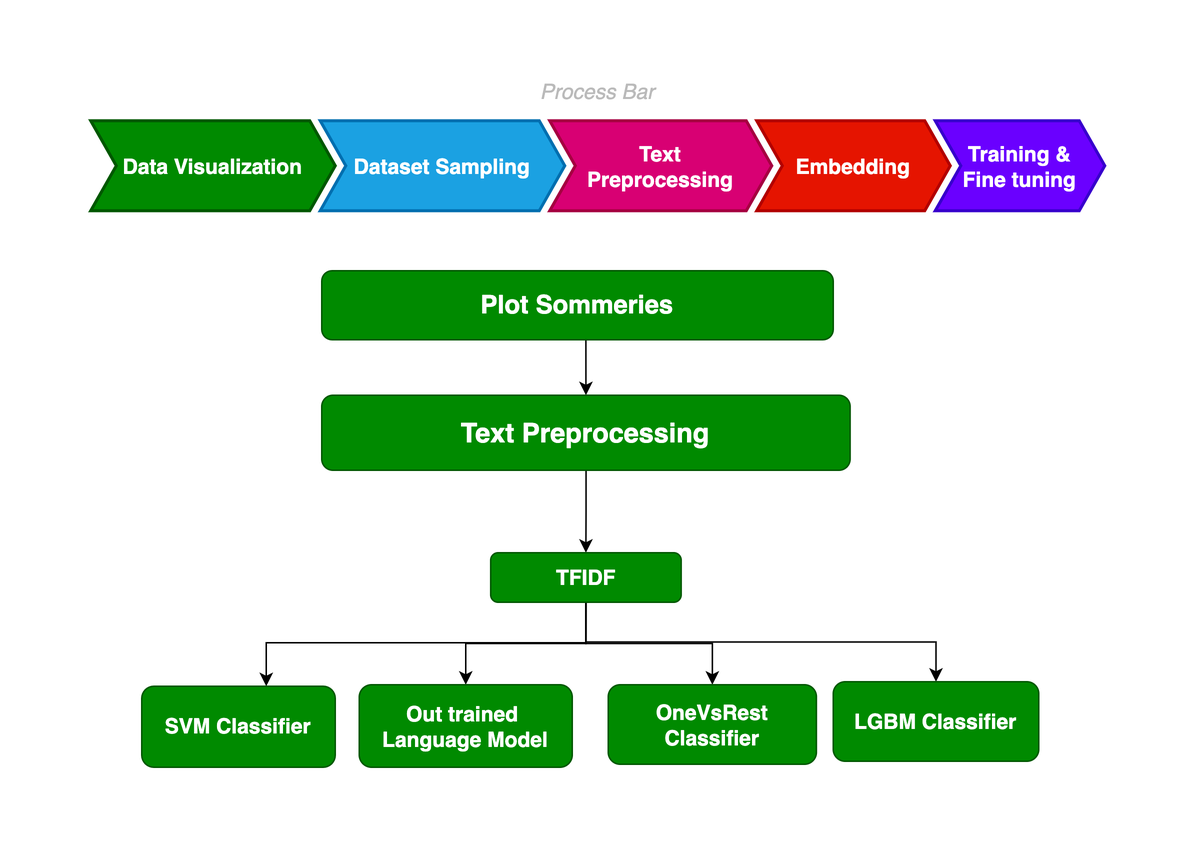
The draw.io diagram poster-template/figures/Unbenanntes Diagramm.png in AmirhosseinSoltan/NLP-SS2024, before a commit. Source tidied: cells renumbered, new cells last; positions are measured from the earlier drawing's top-left corner, leaving out a move shared by most shapes.
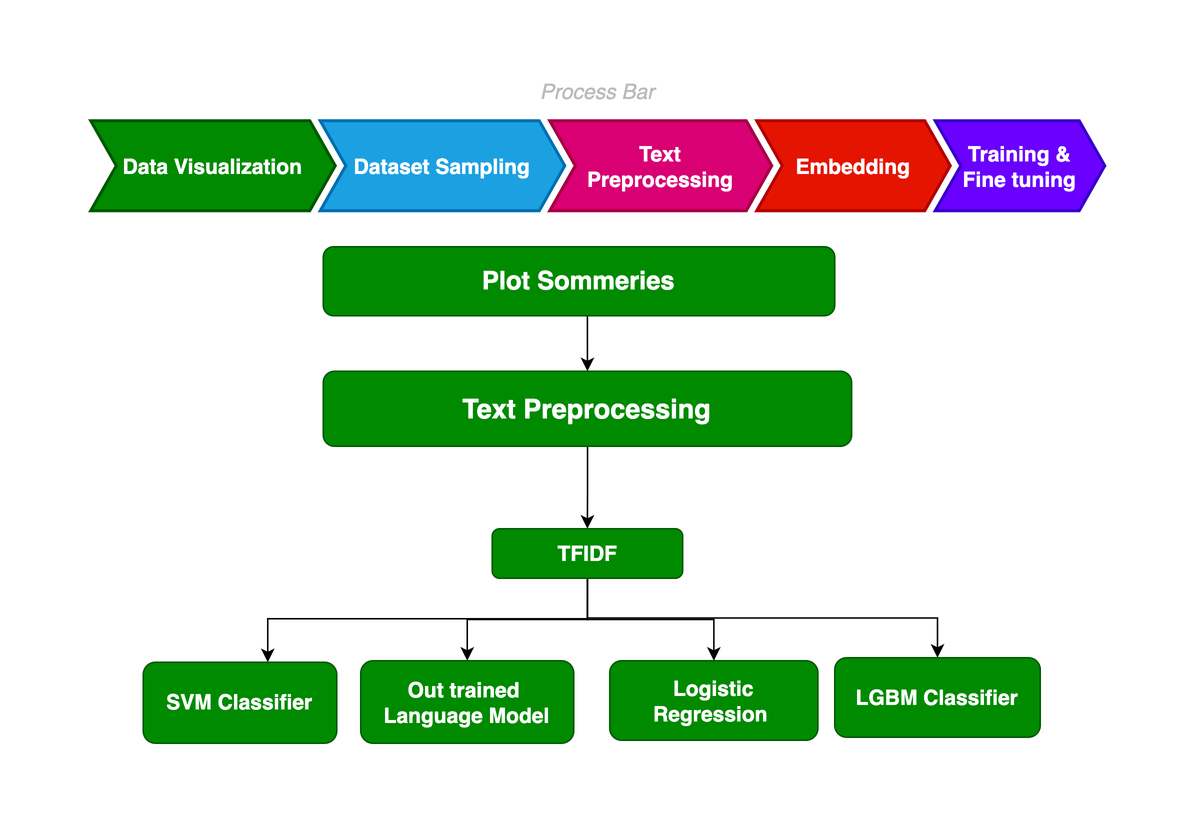
The same file after the commit.

What changed in the source:
```diff
@@ -3,7 +3,7 @@
     <mxCell id="0" />
     <mxCell id="1" parent="0" />
     <mxCell id="2" value="Process Bar" style="swimlane;fontStyle=2;horizontal=1;startSize=20;fillColor=none;swimlaneFillColor=none;strokeColor=none;fontFamily=Helvetica;fontSize=14;fontColor=#BABABA;verticalAlign=middle;stackBorder=10;align=center;" parent="1" vertex="1">
-      <mxGeometry width="696" height="100" as="geometry" />
+      <mxGeometry x="-1" y="16" width="696" height="100" as="geometry" />
     </mxCell>
     <mxCell id="3" value="Data Visualization" style="shape=step;perimeter=stepPerimeter;strokeColor=#005700;fontFamily=Helvetica;fontSize=14;fontColor=#ffffff;fillColor=#008a00;fixedSize=1;size=17;fontStyle=1;strokeWidth=2;spacingTop=0;" parent="2" vertex="1">
       <mxGeometry x="10" y="30" width="163" height="60" as="geometry" />
@@ -61,7 +61,7 @@
     <mxCell id="19" value="&lt;font style=&quot;font-size: 14px;&quot;&gt;&lt;b&gt;Out trained&amp;nbsp;&lt;/b&gt;&lt;/font&gt;&lt;div style=&quot;font-size: 14px;&quot;&gt;&lt;font style=&quot;font-size: 14px;&quot;&gt;&lt;b&gt;Language Model&lt;/b&gt;&lt;/font&gt;&lt;/div&gt;" style="whiteSpace=wrap;html=1;fillColor=#008a00;strokeColor=#005700;fontColor=#ffffff;rounded=1;" parent="1" vertex="1">
       <mxGeometry x="189" y="406" width="142" height="55" as="geometry" />
     </mxCell>
-    <mxCell id="20" value="&lt;b&gt;&lt;font style=&quot;font-size: 14px;&quot;&gt;OneVsRest&lt;/font&gt;&lt;/b&gt;&lt;div&gt;&lt;b&gt;&lt;font style=&quot;font-size: 14px;&quot;&gt;Classifier&lt;/font&gt;&lt;/b&gt;&lt;/div&gt;" style="whiteSpace=wrap;html=1;fillColor=#008a00;strokeColor=#005700;fontColor=#ffffff;rounded=1;" parent="1" vertex="1">
+    <mxCell id="20" value="&lt;b&gt;&lt;font style=&quot;font-size: 14px;&quot;&gt;Logistic Regression&amp;nbsp;&lt;/font&gt;&lt;/b&gt;" style="whiteSpace=wrap;html=1;fillColor=#008a00;strokeColor=#005700;fontColor=#ffffff;rounded=1;" parent="1" vertex="1">
       <mxGeometry x="355" y="406" width="138.8" height="53" as="geometry" />
     </mxCell>
   </root>
```
